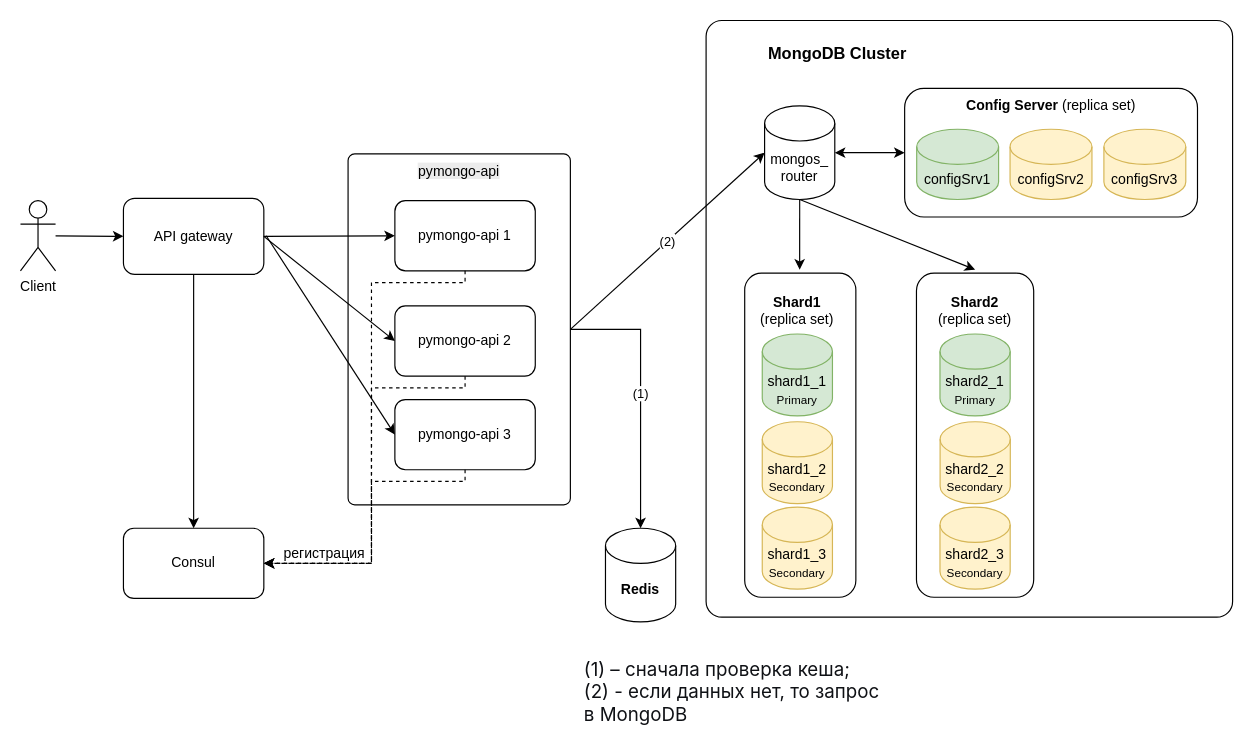
afakhrieva/architecture-pro-black_friday keeps this draw.io diagram as page "task5-gateway" (5 of 5) of Task1-drawio/task1.drawio. Above is the earlier version. Source tidied: cells renumbered, new cells numbered last; positions are measured from the earlier drawing's top-left corner, leaving out a move shared by most shapes. Both pictures are drawn from the tidied source at 117%, with x=0, y=0 at pixel (20, 20).
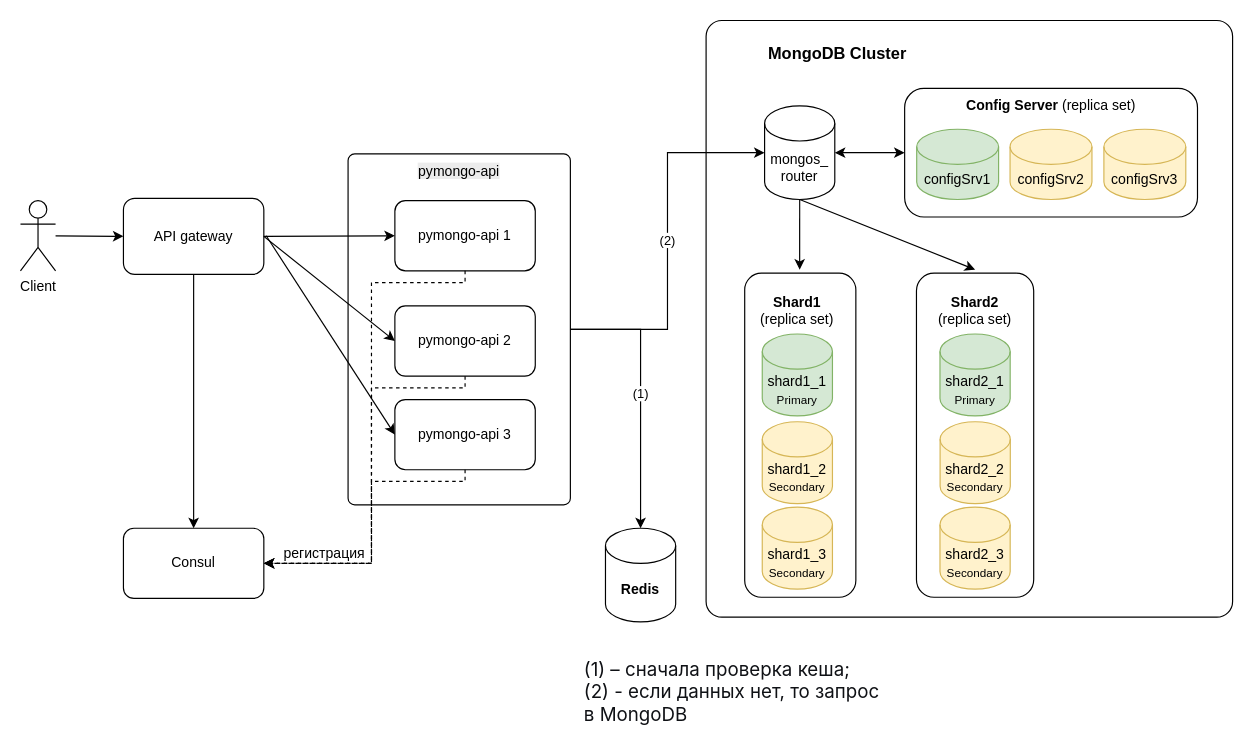
Above is the later version.

Unchanged cells that the change refers to:
```xml
<mxCell id="2" style="rounded=1;whiteSpace=wrap;html=1;arcSize=3;" parent="1" vertex="1">
  <mxGeometry x="280" y="114" width="190" height="300" as="geometry" />
</mxCell>
<mxCell id="9" value="mongos_&lt;br&gt;router" style="shape=cylinder3;whiteSpace=wrap;html=1;boundedLbl=1;backgroundOutline=1;size=15;" parent="1" vertex="1">
  <mxGeometry x="636" y="73" width="60" height="80" as="geometry" />
</mxCell>
```

Diff of the diagram source:
```diff
@@
-    <mxCell id="42" value="(2)" style="endArrow=classic;html=1;rounded=0;entryX=0;entryY=0.5;entryDx=0;entryDy=0;entryPerimeter=0;exitX=1;exitY=0.5;exitDx=0;exitDy=0;" parent="1" edge="1" source="2" target="9">
+    <mxCell id="42" value="(2)" style="endArrow=classic;html=1;rounded=0;entryX=0;entryY=0.5;entryDx=0;entryDy=0;entryPerimeter=0;exitX=1;exitY=0.5;exitDx=0;exitDy=0;edgeStyle=orthogonalEdgeStyle;" parent="1" edge="1" source="2" target="9">
       <mxGeometry relative="1" as="geometry" />
     </mxCell>
```
